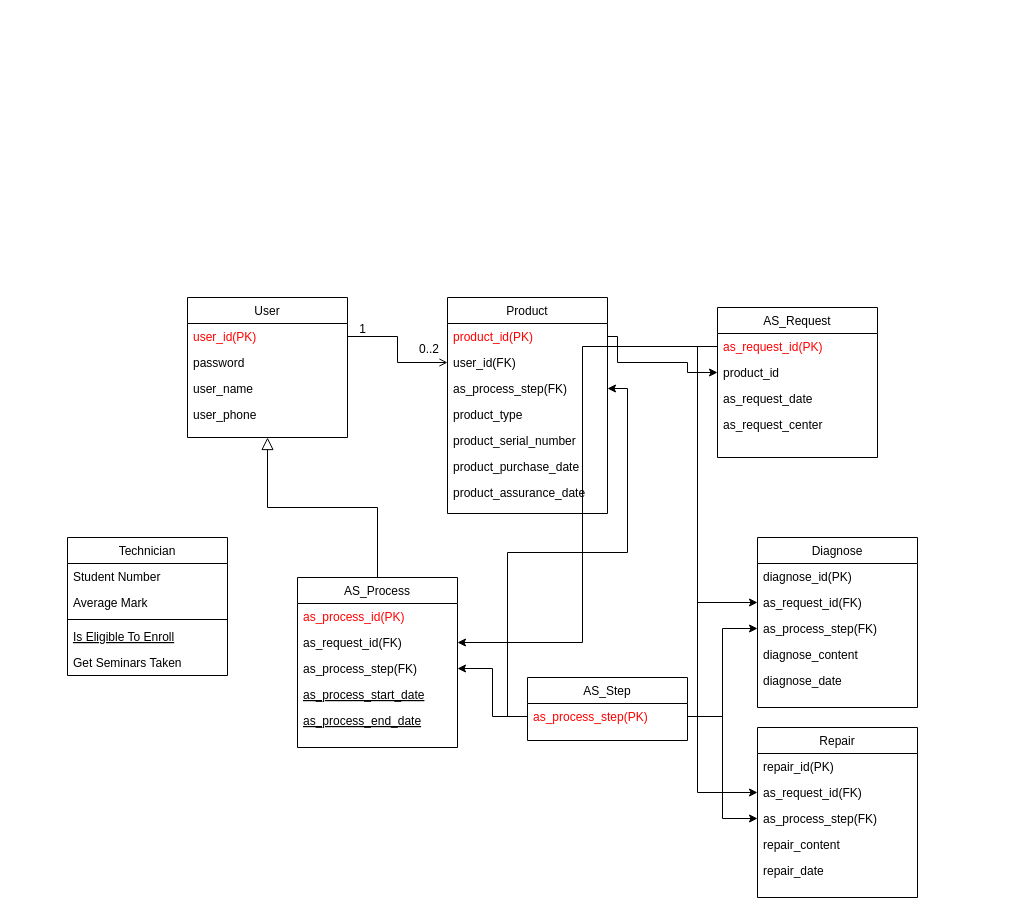
Before: 인도 CS DB.drawio in coin-cidence/FIX_crawling, a draw.io diagram. Source tidied: cells renumbered, new cells numbered last; positions are measured from the earlier drawing's top-left corner, leaving out a move shared by most shapes. Both pictures are drawn from the tidied source at 100%, with x=0, y=0 at pixel (67, 297).
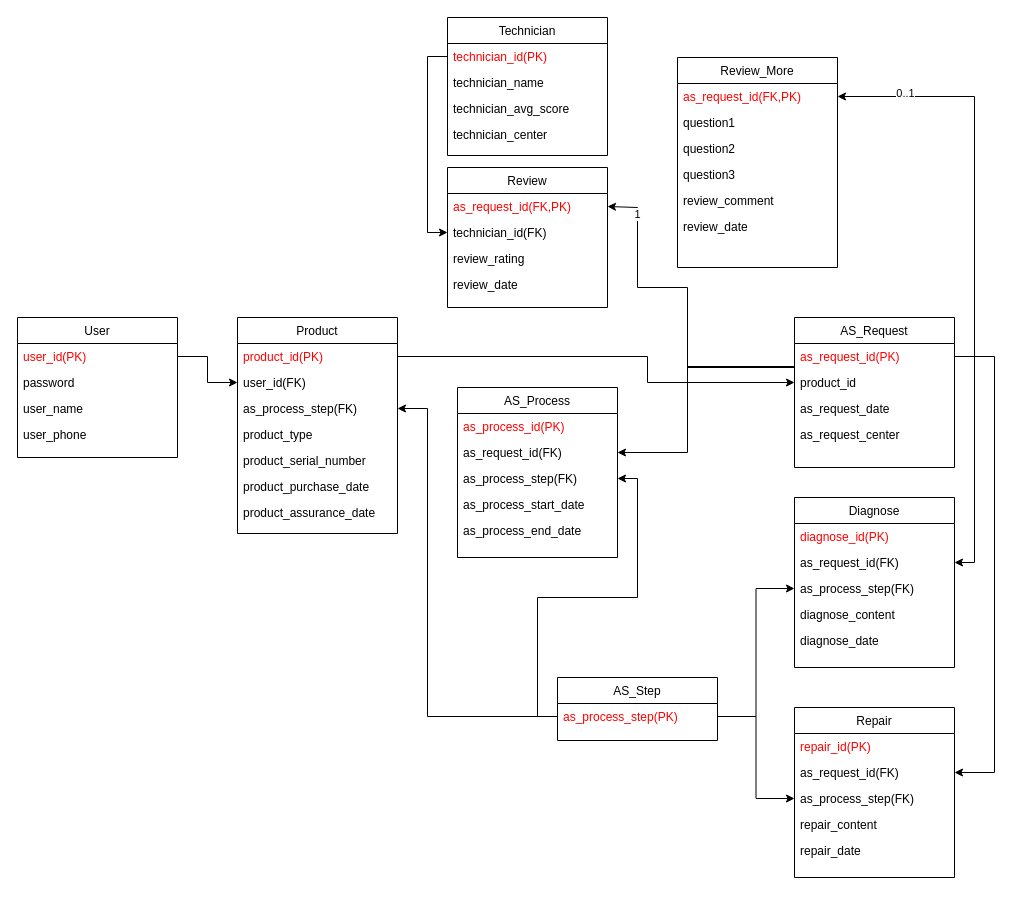
The same diagram, later.

Commit message (it also covers changes not shown here):
인도 CS DB.drawio 업데이트

The change refers to these unchanged cells:
```xml
<mxCell id="3" value="user_id(PK)" style="text;align=left;verticalAlign=top;spacingLeft=4;spacingRight=4;overflow=hidden;points=[[0,0.5],[1,0.5]];portConstraint=eastwest;fontColor=#ff0000;" parent="2" vertex="1">
  <mxGeometry y="26" width="160" height="26" as="geometry" />
</mxCell>
<mxCell id="9" value="as_request_id(FK)" style="text;align=left;verticalAlign=top;spacingLeft=4;spacingRight=4;overflow=hidden;points=[[0,0.5],[1,0.5]];portConstraint=eastwest;fontColor=default;" parent="7" vertex="1">
  <mxGeometry y="52" width="160" height="26" as="geometry" />
</mxCell>
<mxCell id="15" value="as_request_id(FK)" style="text;align=left;verticalAlign=top;spacingLeft=4;spacingRight=4;overflow=hidden;points=[[0,0.5],[1,0.5]];portConstraint=eastwest;" parent="13" vertex="1">
  <mxGeometry y="52" width="160" height="26" as="geometry" />
</mxCell>
<mxCell id="21" value="product_id(PK)" style="text;align=left;verticalAlign=top;spacingLeft=4;spacingRight=4;overflow=hidden;points=[[0,0.5],[1,0.5]];portConstraint=eastwest;fontColor=#ff0000;" parent="20" vertex="1">
  <mxGeometry y="26" width="160" height="26" as="geometry" />
</mxCell>
<mxCell id="22" value="user_id(FK)" style="text;align=left;verticalAlign=top;spacingLeft=4;spacingRight=4;overflow=hidden;points=[[0,0.5],[1,0.5]];portConstraint=eastwest;rounded=0;shadow=0;html=0;" parent="20" vertex="1">
  <mxGeometry y="52" width="160" height="26" as="geometry" />
</mxCell>
<mxCell id="23" value="as_process_step(FK)" style="text;align=left;verticalAlign=top;spacingLeft=4;spacingRight=4;overflow=hidden;points=[[0,0.5],[1,0.5]];portConstraint=eastwest;rounded=0;shadow=0;html=0;" parent="20" vertex="1">
  <mxGeometry y="78" width="160" height="26" as="geometry" />
</mxCell>
<mxCell id="32" value="as_request_id(PK)" style="text;align=left;verticalAlign=top;spacingLeft=4;spacingRight=4;overflow=hidden;points=[[0,0.5],[1,0.5]];portConstraint=eastwest;labelBackgroundColor=none;fontColor=#ff0000;" parent="31" vertex="1">
  <mxGeometry y="26" width="160" height="26" as="geometry" />
</mxCell>
<mxCell id="33" value="product_id" style="text;align=left;verticalAlign=top;spacingLeft=4;spacingRight=4;overflow=hidden;points=[[0,0.5],[1,0.5]];portConstraint=eastwest;rounded=0;shadow=0;html=0;" parent="31" vertex="1">
  <mxGeometry y="52" width="160" height="26" as="geometry" />
</mxCell>
<mxCell id="47" value="as_process_step(PK)" style="text;align=left;verticalAlign=top;spacingLeft=4;spacingRight=4;overflow=hidden;points=[[0,0.5],[1,0.5]];portConstraint=eastwest;fontStyle=0;fontColor=#ff0000;" parent="46" vertex="1">
  <mxGeometry y="26" width="160" height="26" as="geometry" />
</mxCell>
<mxCell id="52" value="as_request_id(FK)" style="text;align=left;verticalAlign=top;spacingLeft=4;spacingRight=4;overflow=hidden;points=[[0,0.5],[1,0.5]];portConstraint=eastwest;fontColor=default;" parent="50" vertex="1">
  <mxGeometry y="52" width="160" height="26" as="geometry" />
</mxCell>
```

Change to the diagram source:
```diff
@@
     <mxCell id="2" value="User" style="swimlane;fontStyle=0;align=center;verticalAlign=top;horizontal=1;startSize=26;rounded=0;shadow=0;strokeWidth=1;" parent="1" vertex="1">
-      <mxGeometry x="120" width="160" height="140" as="geometry" />
+      <mxGeometry x="-50" y="20" width="160" height="140" as="geometry" />
     </mxCell>
@@
     <mxCell id="7" value="Diagnose" style="swimlane;fontStyle=0;align=center;verticalAlign=top;horizontal=1;startSize=26;rounded=0;shadow=0;strokeWidth=1;" parent="1" vertex="1">
-      <mxGeometry x="690" y="240" width="160" height="170" as="geometry" />
+      <mxGeometry x="727" y="200" width="160" height="170" as="geometry" />
     </mxCell>
-    <mxCell id="8" value="diagnose_id(PK)" style="text;align=left;verticalAlign=top;spacingLeft=4;spacingRight=4;overflow=hidden;fontStyle=0;" parent="7" vertex="1">
+    <mxCell id="8" value="diagnose_id(PK)" style="text;align=left;verticalAlign=top;spacingLeft=4;spacingRight=4;overflow=hidden;fontStyle=0;fontColor=#ff0000;" parent="7" vertex="1">
       <mxGeometry y="26" width="160" height="26" as="geometry" />
     </mxCell>
@@
     <mxCell id="13" value="AS_Process" style="swimlane;fontStyle=0;align=center;verticalAlign=top;horizontal=1;startSize=26;rounded=0;shadow=0;strokeWidth=1;" parent="1" vertex="1">
-      <mxGeometry x="230" y="280" width="160" height="170" as="geometry" />
+      <mxGeometry x="390" y="90" width="160" height="170" as="geometry" />
     </mxCell>
@@
-    <mxCell id="17" value="as_process_start_date" style="text;align=left;verticalAlign=top;spacingLeft=4;spacingRight=4;overflow=hidden;fontStyle=4;" parent="13" vertex="1">
+    <mxCell id="17" value="as_process_start_date" style="text;align=left;verticalAlign=top;spacingLeft=4;spacingRight=4;overflow=hidden;fontStyle=0;" parent="13" vertex="1">
       <mxGeometry y="104" width="160" height="26" as="geometry" />
     </mxCell>
-    <mxCell id="18" value="as_process_end_date" style="text;align=left;verticalAlign=top;spacingLeft=4;spacingRight=4;overflow=hidden;fontStyle=4;" parent="13" vertex="1">
+    <mxCell id="18" value="as_process_end_date" style="text;align=left;verticalAlign=top;spacingLeft=4;spacingRight=4;overflow=hidden;fontStyle=0;" parent="13" vertex="1">
       <mxGeometry y="130" width="160" height="26" as="geometry" />
     </mxCell>
-    <mxCell id="19" style="endArrow=block;endSize=10;endFill=0;shadow=0;strokeWidth=1;rounded=0;curved=0;edgeStyle=elbowEdgeStyle;elbow=vertical;" parent="1" edge="1" source="13" target="2">
-      <mxGeometry relative="1" as="geometry" />
-    </mxCell>
     <mxCell id="20" value="Product" style="swimlane;fontStyle=0;align=center;verticalAlign=top;horizontal=1;startSize=26;rounded=0;shadow=0;strokeWidth=1;" parent="1" vertex="1">
-      <mxGeometry x="380" width="160" height="216" as="geometry" />
+      <mxGeometry x="170" y="20" width="160" height="216" as="geometry" />
     </mxCell>
@@
-    <mxCell id="28" style="endArrow=open;shadow=0;strokeWidth=1;rounded=0;curved=0;endFill=1;edgeStyle=elbowEdgeStyle;elbow=vertical;exitX=1;exitY=0.5;exitDx=0;exitDy=0;entryX=0;entryY=0.5;entryDx=0;entryDy=0;" parent="1" edge="1" source="3" target="22">
-      <mxGeometry x="0.5" y="41" relative="1" as="geometry">
-        <mxPoint x="-40" y="32" as="offset" />
-      </mxGeometry>
-    </mxCell>
-    <mxCell id="29" value="0..2" style="align=left;verticalAlign=bottom;labelBackgroundColor=none;fontSize=12;" parent="28" vertex="1">
-      <mxGeometry x="-1" relative="1" as="geometry">
-        <mxPoint x="70" y="21" as="offset" />
-      </mxGeometry>
-    </mxCell>
-    <mxCell id="30" value="1" style="align=right;verticalAlign=bottom;labelBackgroundColor=none;fontSize=12;" parent="28" vertex="1">
-      <mxGeometry x="1" relative="1" as="geometry">
-        <mxPoint x="-80" y="-25" as="offset" />
-      </mxGeometry>
-    </mxCell>
     <mxCell id="31" value="AS_Request" style="swimlane;fontStyle=0;align=center;verticalAlign=top;horizontal=1;startSize=26;rounded=0;shadow=0;strokeWidth=1;" parent="1" vertex="1">
-      <mxGeometry x="650" y="10" width="160" height="150" as="geometry" />
+      <mxGeometry x="727" y="20" width="160" height="150" as="geometry" />
     </mxCell>
@@
     <mxCell id="36" value="Technician" style="swimlane;fontStyle=0;align=center;verticalAlign=top;horizontal=1;startSize=26;rounded=0;shadow=0;strokeWidth=1;" parent="1" vertex="1">
-      <mxGeometry y="240" width="160" height="138" as="geometry" />
+      <mxGeometry x="380" y="-280" width="160" height="138" as="geometry" />
     </mxCell>
-    <mxCell id="37" value="Student Number" style="text;align=left;verticalAlign=top;spacingLeft=4;spacingRight=4;overflow=hidden;points=[[0,0.5],[1,0.5]];portConstraint=eastwest;" parent="36" vertex="1">
+    <mxCell id="37" value="technician_id(PK)" style="text;align=left;verticalAlign=top;spacingLeft=4;spacingRight=4;overflow=hidden;points=[[0,0.5],[1,0.5]];portConstraint=eastwest;fontColor=#ff0000;" parent="36" vertex="1">
       <mxGeometry y="26" width="160" height="26" as="geometry" />
     </mxCell>
-    <mxCell id="38" value="Average Mark" style="text;align=left;verticalAlign=top;spacingLeft=4;spacingRight=4;overflow=hidden;rounded=0;shadow=0;html=0;" parent="36" vertex="1">
+    <mxCell id="38" value="technician_name" style="text;align=left;verticalAlign=top;spacingLeft=4;spacingRight=4;overflow=hidden;rounded=0;shadow=0;html=0;" parent="36" vertex="1">
       <mxGeometry y="52" width="160" height="26" as="geometry" />
     </mxCell>
-    <mxCell id="39" style="line;html=1;strokeWidth=1;align=left;verticalAlign=middle;spacingTop=-1;spacingLeft=3;spacingRight=3;labelPosition=right;" parent="36" vertex="1">
-      <mxGeometry y="78" width="160" height="8" as="geometry" />
-    </mxCell>
-    <mxCell id="40" value="Is Eligible To Enroll" style="text;align=left;verticalAlign=top;spacingLeft=4;spacingRight=4;overflow=hidden;fontStyle=4;" parent="36" vertex="1">
-      <mxGeometry y="86" width="160" height="26" as="geometry" />
+    <mxCell id="40" value="technician_avg_score" style="text;align=left;verticalAlign=top;spacingLeft=4;spacingRight=4;overflow=hidden;fontStyle=0;" parent="36" vertex="1">
+      <mxGeometry y="78" width="160" height="26" as="geometry" />
     </mxCell>
-    <mxCell id="41" value="Get Seminars Taken" style="text;align=left;verticalAlign=top;spacingLeft=4;spacingRight=4;overflow=hidden;" parent="36" vertex="1">
-      <mxGeometry y="112" width="160" height="26" as="geometry" />
+    <mxCell id="41" value="technician_center" style="text;align=left;verticalAlign=top;spacingLeft=4;spacingRight=4;overflow=hidden;" parent="36" vertex="1">
+      <mxGeometry y="104" width="160" height="26" as="geometry" />
     </mxCell>
-    <mxCell id="42" style="edgeStyle=orthogonalEdgeStyle;rounded=0;jettySize=auto;html=1;entryX=0;entryY=0.5;entryDx=0;entryDy=0;exitX=1;exitY=0.5;exitDx=0;exitDy=0;" parent="1" edge="1" source="21" target="33">
-      <mxGeometry relative="1" as="geometry">
-        <Array as="points">
-          <mxPoint x="550" y="39" />
-          <mxPoint x="550" y="65" />
-          <mxPoint x="620" y="65" />
-          <mxPoint x="620" y="75" />
-        </Array>
-      </mxGeometry>
-    </mxCell>
@@
     <mxCell id="44" style="edgeStyle=orthogonalEdgeStyle;rounded=0;jettySize=auto;html=1;exitX=0;exitY=0.5;exitDx=0;exitDy=0;entryX=1;entryY=0.5;entryDx=0;entryDy=0;" parent="1" edge="1" source="32" target="15">
       <mxGeometry relative="1" as="geometry">
         <Array as="points">
-          <mxPoint x="515" y="49" />
-          <mxPoint x="515" y="345" />
+          <mxPoint x="620" y="69" />
+          <mxPoint x="620" y="155" />
         </Array>
       </mxGeometry>
     </mxCell>
-    <mxCell id="45" style="edgeStyle=orthogonalEdgeStyle;rounded=0;jettySize=auto;html=1;exitX=0;exitY=0.5;exitDx=0;exitDy=0;entryX=0;entryY=0.5;entryDx=0;entryDy=0;" parent="1" edge="1" source="32" target="9">
-      <mxGeometry relative="1" as="geometry" />
-    </mxCell>
     <mxCell id="46" value="AS_Step" style="swimlane;fontStyle=0;align=center;verticalAlign=top;horizontal=1;startSize=26;rounded=0;shadow=0;strokeWidth=1;" parent="1" vertex="1">
-      <mxGeometry x="460" y="380" width="160" height="63" as="geometry" />
+      <mxGeometry x="490" y="380" width="160" height="63" as="geometry" />
     </mxCell>
@@
     <mxCell id="49" style="edgeStyle=orthogonalEdgeStyle;rounded=0;jettySize=auto;html=1;exitX=0;exitY=0.5;exitDx=0;exitDy=0;entryX=1;entryY=0.5;entryDx=0;entryDy=0;" parent="1" edge="1" source="47" target="23">
-      <mxGeometry relative="1" as="geometry" />
+      <mxGeometry relative="1" as="geometry">
+        <Array as="points">
+          <mxPoint x="360" y="419" />
+          <mxPoint x="360" y="111" />
+        </Array>
+      </mxGeometry>
     </mxCell>
     <mxCell id="50" value="Repair" style="swimlane;fontStyle=0;align=center;verticalAlign=top;horizontal=1;startSize=26;rounded=0;shadow=0;strokeWidth=1;" parent="1" vertex="1">
-      <mxGeometry x="690" y="430" width="160" height="170" as="geometry" />
+      <mxGeometry x="727" y="410" width="160" height="170" as="geometry" />
     </mxCell>
-    <mxCell id="51" value="repair_id(PK)" style="text;align=left;verticalAlign=top;spacingLeft=4;spacingRight=4;overflow=hidden;fontStyle=0;" parent="50" vertex="1">
+    <mxCell id="51" value="repair_id(PK)" style="text;align=left;verticalAlign=top;spacingLeft=4;spacingRight=4;overflow=hidden;fontStyle=0;fontColor=#ff0000;" parent="50" vertex="1">
       <mxGeometry y="26" width="160" height="26" as="geometry" />
     </mxCell>
@@
+    <mxCell id="59" value="Review" style="swimlane;fontStyle=0;align=center;verticalAlign=top;horizontal=1;startSize=26;rounded=0;shadow=0;strokeWidth=1;" parent="1" vertex="1">
+      <mxGeometry x="380" y="-130" width="160" height="140" as="geometry" />
+    </mxCell>
+    <mxCell id="60" value="as_request_id(FK,PK)" style="text;align=left;verticalAlign=top;spacingLeft=4;spacingRight=4;overflow=hidden;points=[[0,0.5],[1,0.5]];portConstraint=eastwest;fontColor=#ff0000;" parent="59" vertex="1">
+      <mxGeometry y="26" width="160" height="26" as="geometry" />
+    </mxCell>
+    <mxCell id="61" value="technician_id(FK)" style="text;align=left;verticalAlign=top;spacingLeft=4;spacingRight=4;overflow=hidden;points=[[0,0.5],[1,0.5]];portConstraint=eastwest;rounded=0;shadow=0;html=0;" parent="59" vertex="1">
+      <mxGeometry y="52" width="160" height="26" as="geometry" />
+    </mxCell>
+    <mxCell id="62" value="review_rating" style="text;align=left;verticalAlign=top;spacingLeft=4;spacingRight=4;overflow=hidden;fontStyle=0;" parent="59" vertex="1">
+      <mxGeometry y="78" width="160" height="26" as="geometry" />
+    </mxCell>
+    <mxCell id="63" value="review_date" style="text;align=left;verticalAlign=top;spacingLeft=4;spacingRight=4;overflow=hidden;" parent="59" vertex="1">
+      <mxGeometry y="104" width="160" height="26" as="geometry" />
+    </mxCell>
+    <mxCell id="64" style="edgeStyle=orthogonalEdgeStyle;rounded=0;jettySize=auto;html=1;exitX=0;exitY=0.5;exitDx=0;exitDy=0;entryX=1;entryY=0.5;entryDx=0;entryDy=0;" parent="1" edge="1" source="32" target="60">
+      <mxGeometry relative="1" as="geometry">
+        <Array as="points">
+          <mxPoint x="620" y="70" />
+          <mxPoint x="620" y="-10" />
+          <mxPoint x="570" y="-10" />
+          <mxPoint x="570" y="-90" />
+          <mxPoint x="540" y="-90" />
+        </Array>
+      </mxGeometry>
+    </mxCell>
+    <mxCell id="30" value="1" style="edgeLabel;html=1;align=center;verticalAlign=middle;" parent="64" vertex="1">
+      <mxGeometry x="0.8" y="1" relative="1" as="geometry" />
+    </mxCell>
+    <mxCell id="65" value="Review_More" style="swimlane;fontStyle=0;align=center;verticalAlign=top;horizontal=1;startSize=26;rounded=0;shadow=0;strokeWidth=1;" parent="1" vertex="1">
+      <mxGeometry x="610" y="-240" width="160" height="210" as="geometry" />
+    </mxCell>
+    <mxCell id="66" value="as_request_id(FK,PK)" style="text;align=left;verticalAlign=top;spacingLeft=4;spacingRight=4;overflow=hidden;points=[[0,0.5],[1,0.5]];portConstraint=eastwest;fontColor=#ff0000;" parent="65" vertex="1">
+      <mxGeometry y="26" width="160" height="26" as="geometry" />
+    </mxCell>
+    <mxCell id="67" value="question1" style="text;align=left;verticalAlign=top;spacingLeft=4;spacingRight=4;overflow=hidden;rounded=0;shadow=0;html=0;" parent="65" vertex="1">
+      <mxGeometry y="52" width="160" height="26" as="geometry" />
+    </mxCell>
+    <mxCell id="68" value="question2" style="text;align=left;verticalAlign=top;spacingLeft=4;spacingRight=4;overflow=hidden;fontStyle=0;" parent="65" vertex="1">
+      <mxGeometry y="78" width="160" height="26" as="geometry" />
+    </mxCell>
+    <mxCell id="69" value="question3" style="text;align=left;verticalAlign=top;spacingLeft=4;spacingRight=4;overflow=hidden;" parent="65" vertex="1">
+      <mxGeometry y="104" width="160" height="26" as="geometry" />
+    </mxCell>
+    <mxCell id="70" value="review_comment" style="text;align=left;verticalAlign=top;spacingLeft=4;spacingRight=4;overflow=hidden;fontStyle=0;" parent="65" vertex="1">
+      <mxGeometry y="130" width="160" height="26" as="geometry" />
+    </mxCell>
+    <mxCell id="71" value="review_date" style="text;align=left;verticalAlign=top;spacingLeft=4;spacingRight=4;overflow=hidden;" parent="65" vertex="1">
+      <mxGeometry y="156" width="160" height="26" as="geometry" />
+    </mxCell>
+    <mxCell id="72" style="edgeStyle=orthogonalEdgeStyle;rounded=0;jettySize=auto;html=1;exitX=1;exitY=0.5;exitDx=0;exitDy=0;entryX=1;entryY=0.5;entryDx=0;entryDy=0;" parent="1" edge="1" source="32" target="66">
+      <mxGeometry relative="1" as="geometry" />
+    </mxCell>
+    <mxCell id="73" value="0..1" style="edgeLabel;html=1;align=center;verticalAlign=middle;" parent="72" vertex="1">
+      <mxGeometry x="0.68" y="-4" relative="1" as="geometry" />
+    </mxCell>
+    <mxCell id="74" style="edgeStyle=orthogonalEdgeStyle;rounded=0;jettySize=auto;html=1;exitX=0;exitY=0.5;exitDx=0;exitDy=0;entryX=0;entryY=0.5;entryDx=0;entryDy=0;" parent="1" edge="1" source="37" target="61">
+      <mxGeometry relative="1" as="geometry" />
+    </mxCell>
+    <mxCell id="45" style="edgeStyle=orthogonalEdgeStyle;rounded=0;jettySize=auto;html=1;exitX=1;exitY=0.5;exitDx=0;exitDy=0;entryX=1;entryY=0.5;entryDx=0;entryDy=0;" parent="1" edge="1" source="32" target="9">
+      <mxGeometry relative="1" as="geometry" />
+    </mxCell>
-    <mxCell id="58" style="edgeStyle=orthogonalEdgeStyle;rounded=0;jettySize=auto;html=1;exitX=0;exitY=0.5;exitDx=0;exitDy=0;entryX=0;entryY=0.5;entryDx=0;entryDy=0;" parent="1" edge="1" source="32" target="52">
-      <mxGeometry relative="1" as="geometry" />
+    <mxCell id="58" style="edgeStyle=orthogonalEdgeStyle;rounded=0;jettySize=auto;html=1;exitX=1;exitY=0.5;exitDx=0;exitDy=0;entryX=1;entryY=0.5;entryDx=0;entryDy=0;" parent="1" edge="1" source="32" target="52">
+      <mxGeometry relative="1" as="geometry">
+        <Array as="points">
+          <mxPoint x="927" y="59" />
+          <mxPoint x="927" y="475" />
+        </Array>
+      </mxGeometry>
     </mxCell>
+    <mxCell id="28" style="edgeStyle=orthogonalEdgeStyle;rounded=0;jettySize=auto;html=1;exitX=1;exitY=0.5;exitDx=0;exitDy=0;entryX=0;entryY=0.5;entryDx=0;entryDy=0;" parent="1" edge="1" source="3" target="22">
+      <mxGeometry relative="1" as="geometry" />
+    </mxCell>
+    <mxCell id="42" style="edgeStyle=orthogonalEdgeStyle;rounded=0;jettySize=auto;html=1;exitX=1;exitY=0.5;exitDx=0;exitDy=0;entryX=0;entryY=0.5;entryDx=0;entryDy=0;" parent="1" edge="1" source="21" target="33">
+      <mxGeometry relative="1" as="geometry">
+        <Array as="points">
+          <mxPoint x="580" y="59" />
+          <mxPoint x="580" y="85" />
+        </Array>
+      </mxGeometry>
+    </mxCell>
```
